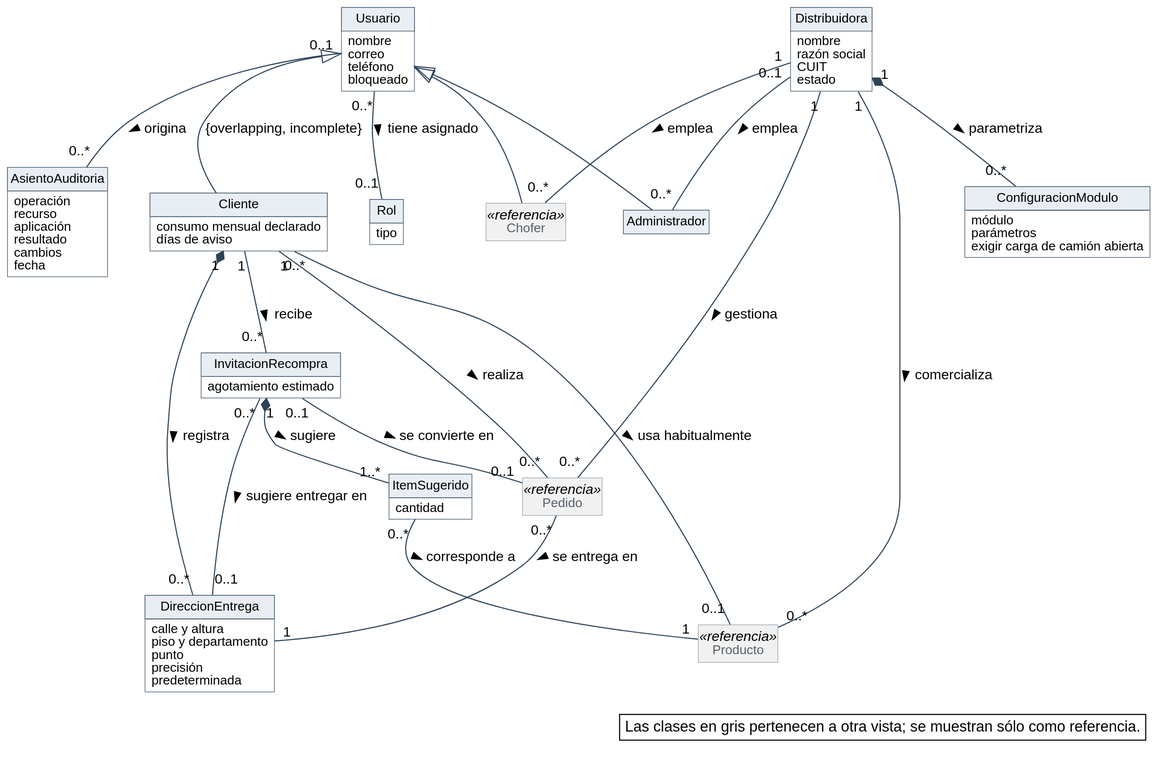
Earlier version of the PlantUML export diagramas/modelo-conceptual/MC_Usuarios-y-cuentas.svg (Nahuelito-Dev/splg-docs).
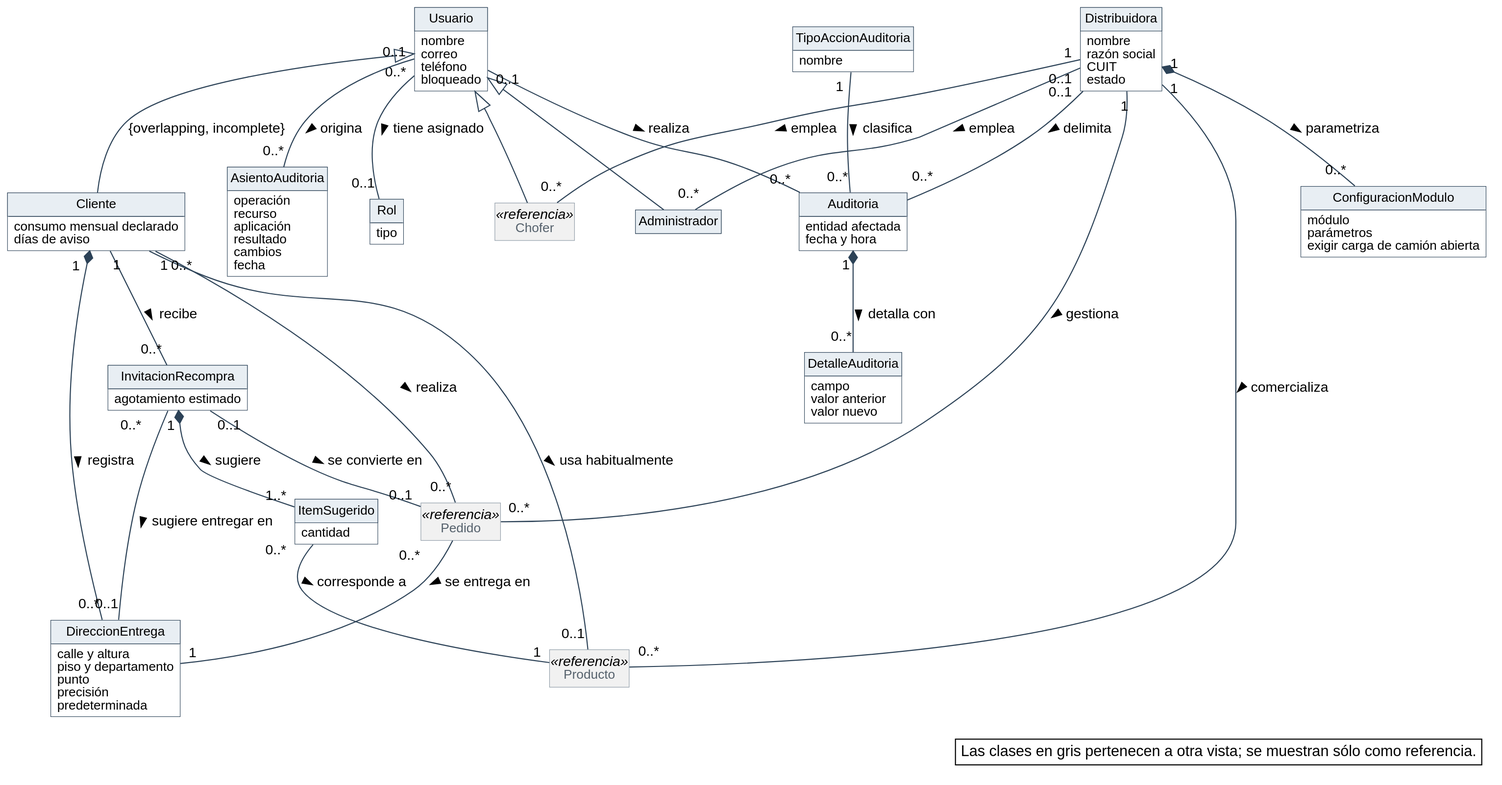
Later version of the same file.

The edit, as a diff of the source:
```diff
@@ -64,6 +64,18 @@
   cambios
   fecha
 }
+class Auditoria {
+  entidad afectada
+  fecha y hora
+}
+class DetalleAuditoria {
+  campo
+  valor anterior
+  valor nuevo
+}
+class TipoAccionAuditoria {
+  nombre
+}
 class Cliente {
   consumo mensual declarado
   días de aviso
@@ -96,6 +108,10 @@
 Distribuidora "1" -- "0..*" Pedido : gestiona >
 Distribuidora "1" *-- "0..*" ConfiguracionModulo : parametriza >
 Usuario "0..1" -- "0..*" AsientoAuditoria : origina >
+Usuario "0..1" -- "0..*" Auditoria : realiza >
+Distribuidora "0..1" -- "0..*" Auditoria : delimita >
+Auditoria "1" *-- "0..*" DetalleAuditoria : detalla con >
+TipoAccionAuditoria "1" -- "0..*" Auditoria : clasifica >
 Cliente "1" *-- "0..*" DireccionEntrega : registra >
 Cliente "1" -- "0..*" Pedido : realiza >
 Cliente "1" -- "0..*" InvitacionRecompra : recibe >
```
